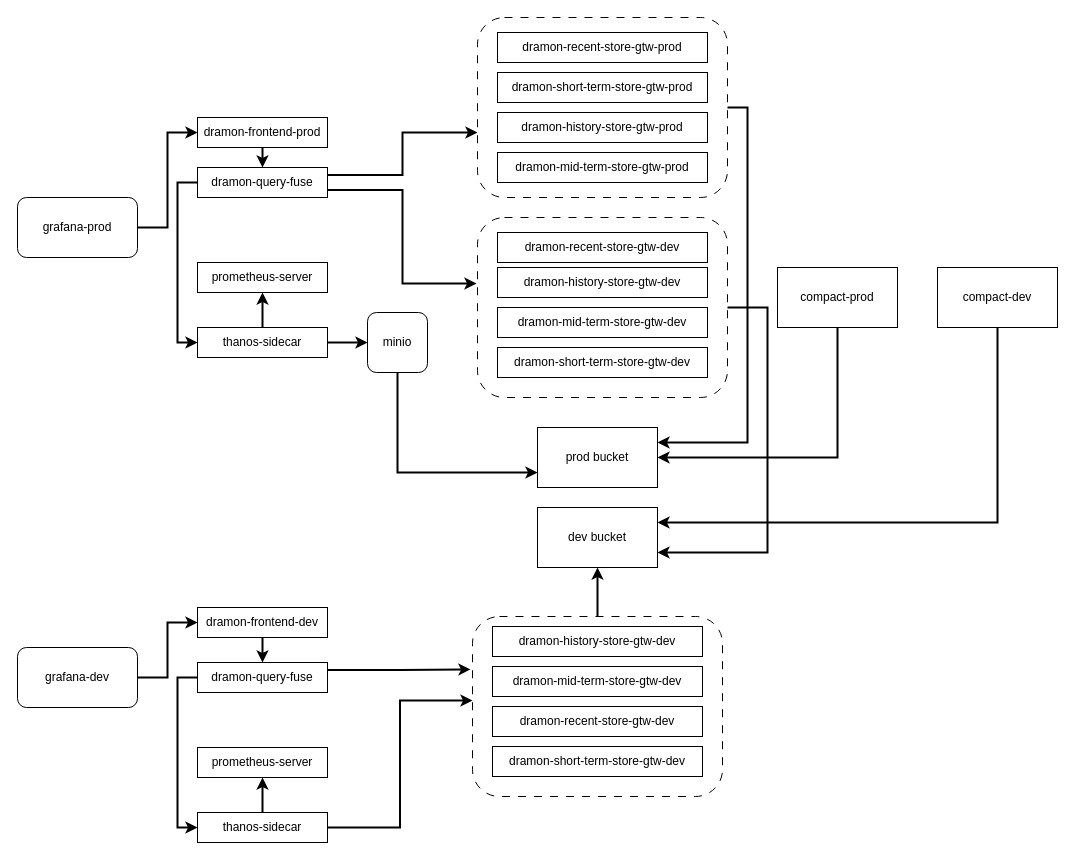
woodguest/drawio keeps this draw.io diagram as thanos.drawio. Above is the earlier version. Source tidied: cells renumbered, new cells numbered last; positions are measured from the earlier drawing's top-left corner, leaving out a move shared by most shapes. Both pictures are drawn from the tidied source at 100%, with x=0, y=0 at pixel (17, 17).
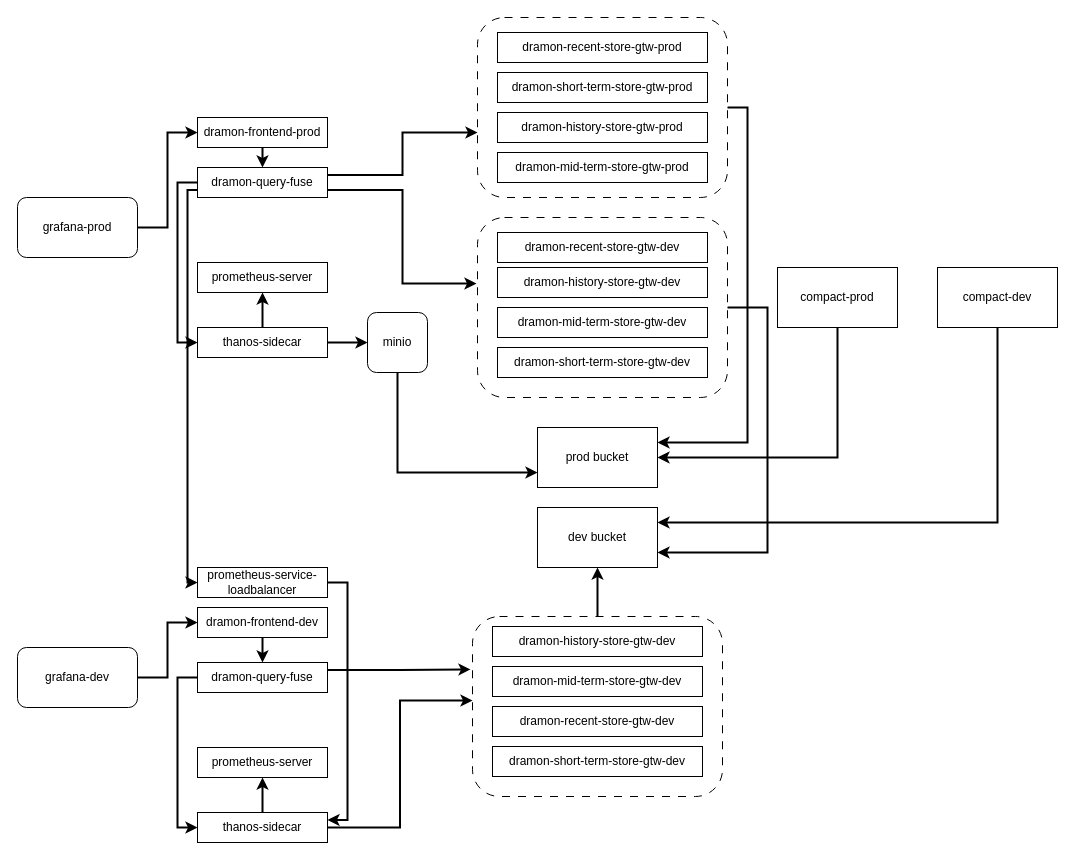
Above is the later version.

Unchanged cells that the change refers to:
```xml
<mxCell id="2" style="group;" parent="1" vertex="1">
  <mxGeometry width="1040" height="825" as="geometry" />
</mxCell>
<mxCell id="21" value="dramon-query-fuse" style="rounded=0;whiteSpace=wrap;html=1;" parent="2" vertex="1">
  <mxGeometry x="180" y="150" width="130" height="30" as="geometry" />
</mxCell>
<mxCell id="46" value="&lt;p style=&quot;margin-top: 0pt; margin-bottom: 0pt; margin-left: 0in; direction: ltr; unicode-bidi: embed; word-break: normal;&quot;&gt;thanos-sidecar&lt;/p&gt;" style="rounded=0;whiteSpace=wrap;html=1;" parent="2" vertex="1">
  <mxGeometry x="180" y="795" width="130" height="30" as="geometry" />
</mxCell>
```

The edit, as a diff of the source:
```diff
@@
+    <mxCell id="52" style="edgeStyle=orthogonalEdgeStyle;rounded=0;jettySize=auto;html=1;exitX=0;exitY=0.75;exitDx=0;exitDy=0;entryX=0;entryY=0.5;entryDx=0;entryDy=0;strokeWidth=2;" parent="2" edge="1" source="21" target="54">
+      <mxGeometry relative="1" as="geometry">
+        <Array as="points">
+          <mxPoint x="170" y="173" />
+          <mxPoint x="170" y="565" />
+        </Array>
+      </mxGeometry>
+    </mxCell>
@@
+    <mxCell id="53" style="edgeStyle=orthogonalEdgeStyle;rounded=0;jettySize=auto;html=1;exitX=1;exitY=0.5;exitDx=0;exitDy=0;entryX=1;entryY=0.25;entryDx=0;entryDy=0;strokeWidth=2;" parent="2" edge="1" source="54" target="46">
+      <mxGeometry relative="1" as="geometry" />
+    </mxCell>
+    <mxCell id="54" value="prometheus-service-loadbalancer" style="rounded=0;whiteSpace=wrap;html=1;" parent="2" vertex="1">
+      <mxGeometry x="180" y="550" width="130" height="30" as="geometry" />
+    </mxCell>
```
